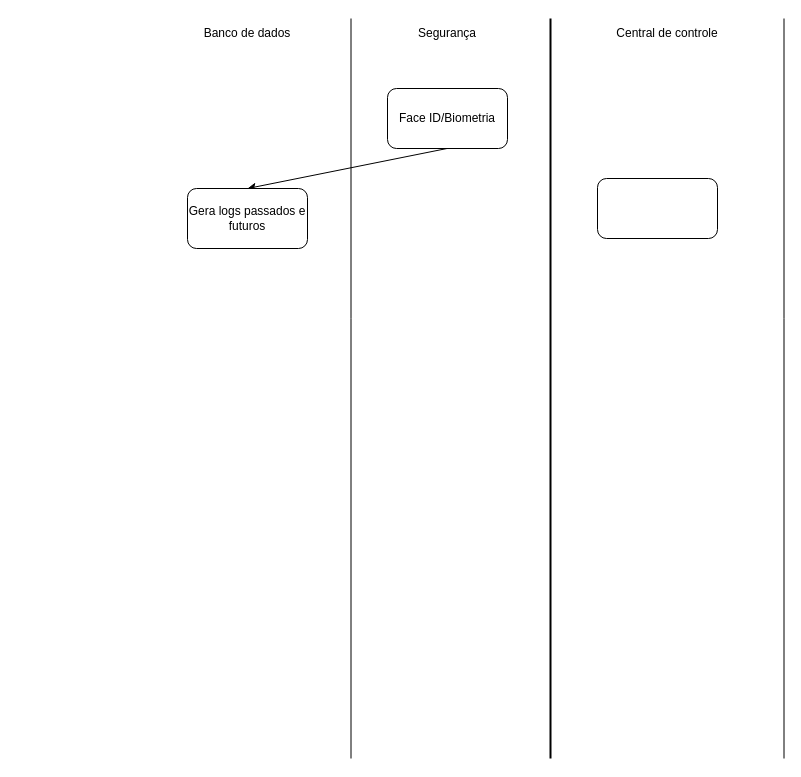
The draw.io diagram Diagrama sem nome.drawio in GrupoProjeto021/UML-Classroom-FCI, before the edit. Source tidied: cells renumbered, new cells numbered last; positions are measured from the earlier drawing's top-left corner, leaving out a move shared by most shapes. Both pictures are drawn from the tidied source at 100%, with x=0, y=0 at pixel (127, 18).
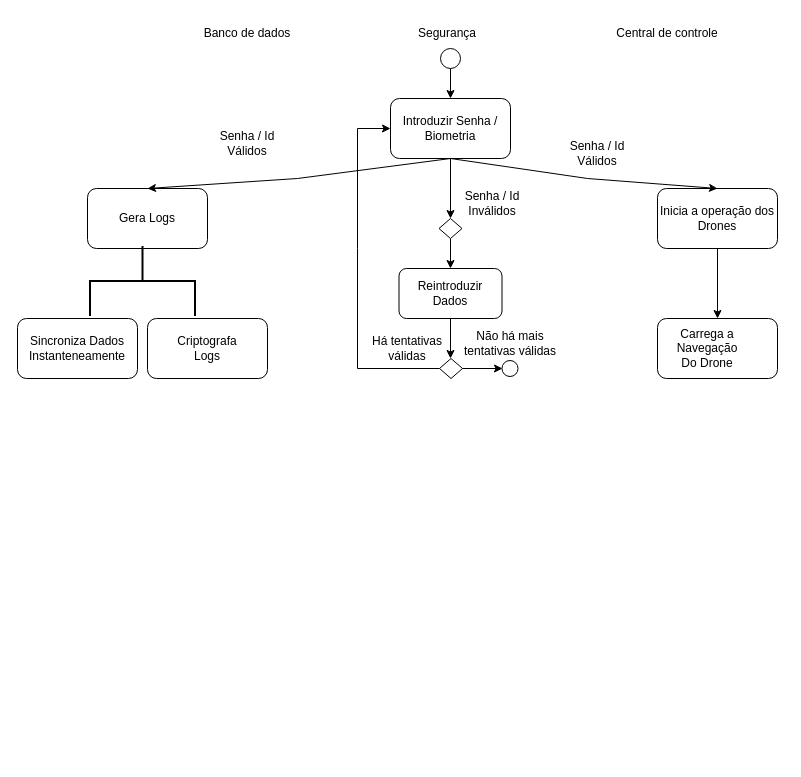
The same diagram, later.

What changed in the source:
```diff
@@
-    <mxCell id="2" style="shape=link;html=1;rounded=0;width=433;" parent="1" edge="1">
-      <mxGeometry relative="1" as="geometry">
-        <mxPoint x="440" y="740" as="sourcePoint" />
-        <mxPoint x="440" as="targetPoint" />
-        <Array as="points">
-          <mxPoint x="440" y="300" />
-        </Array>
-      </mxGeometry>
-    </mxCell>
-    <mxCell id="3" style="endArrow=none;html=1;rounded=0;strokeWidth=2;" parent="1" edge="1">
-      <mxGeometry relative="1" as="geometry">
-        <mxPoint x="423" y="740" as="sourcePoint" />
-        <mxPoint x="423" as="targetPoint" />
-      </mxGeometry>
-    </mxCell>
@@
-    <mxCell id="6" value="Face ID/Biometria" style="rounded=1;whiteSpace=wrap;html=1;" parent="1" vertex="1">
-      <mxGeometry x="260" y="70" width="120" height="60" as="geometry" />
+    <mxCell id="6" value="Introduzir Senha / Biometria" style="rounded=1;whiteSpace=wrap;html=1;" parent="1" vertex="1">
+      <mxGeometry x="263" y="80" width="120" height="60" as="geometry" />
     </mxCell>
-    <mxCell id="7" style="endArrow=classic;html=1;rounded=0;entryX=0.5;entryY=0;entryDx=0;entryDy=0;" parent="1" edge="1" target="9">
-      <mxGeometry relative="1" as="geometry">
-        <mxPoint x="319.5" y="130" as="sourcePoint" />
-      </mxGeometry>
-    </mxCell>
@@
-    <mxCell id="9" value="Gera logs passados e futuros" style="rounded=1;whiteSpace=wrap;html=1;" parent="1" vertex="1">
-      <mxGeometry x="60" y="170" width="120" height="60" as="geometry" />
-    </mxCell>
-    <mxCell id="10" style="rounded=1;whiteSpace=wrap;html=1;" parent="1" vertex="1">
-      <mxGeometry x="470" y="160" width="120" height="60" as="geometry" />
+    <mxCell id="10" value="Inicia a operação dos Drones" style="rounded=1;whiteSpace=wrap;html=1;" parent="1" vertex="1">
+      <mxGeometry x="530" y="170" width="120" height="60" as="geometry" />
     </mxCell>
+    <mxCell id="11" style="endArrow=classic;html=1;rounded=0;exitX=0.5;exitY=1;exitDx=0;exitDy=0;entryX=0.5;entryY=0;entryDx=0;entryDy=0;" parent="1" edge="1" source="10" target="12">
+      <mxGeometry relative="1" as="geometry" />
+    </mxCell>
+    <mxCell id="12" style="rounded=1;whiteSpace=wrap;html=1;" parent="1" vertex="1">
+      <mxGeometry x="530" y="300" width="120" height="60" as="geometry" />
+    </mxCell>
+    <mxCell id="13" value="Carrega a Navegação Do Drone" style="text;html=1;align=center;verticalAlign=middle;whiteSpace=wrap;rounded=0;" parent="1" vertex="1">
+      <mxGeometry x="550" y="315" width="60" height="30" as="geometry" />
+    </mxCell>
+    <mxCell id="14" style="rounded=1;whiteSpace=wrap;html=1;" parent="1" vertex="1">
+      <mxGeometry x="-40" y="170" width="120" height="60" as="geometry" />
+    </mxCell>
+    <mxCell id="15" value="Gera Logs" style="text;html=1;align=center;verticalAlign=middle;whiteSpace=wrap;rounded=0;" parent="1" vertex="1">
+      <mxGeometry x="-10" y="185" width="60" height="30" as="geometry" />
+    </mxCell>
+    <mxCell id="16" style="rounded=1;whiteSpace=wrap;html=1;" parent="1" vertex="1">
+      <mxGeometry x="20" y="300" width="120" height="60" as="geometry" />
+    </mxCell>
+    <mxCell id="17" value="Criptografa Logs" style="text;html=1;align=center;verticalAlign=middle;whiteSpace=wrap;rounded=0;" parent="1" vertex="1">
+      <mxGeometry x="50" y="315" width="60" height="30" as="geometry" />
+    </mxCell>
+    <mxCell id="18" style="rounded=1;whiteSpace=wrap;html=1;" parent="1" vertex="1">
+      <mxGeometry x="-110" y="300" width="120" height="60" as="geometry" />
+    </mxCell>
+    <mxCell id="19" style="ellipse;whiteSpace=wrap;html=1;" parent="1" vertex="1">
+      <mxGeometry x="313" y="30" width="20" height="20" as="geometry" />
+    </mxCell>
+    <mxCell id="20" style="endArrow=classic;html=1;rounded=0;exitX=0.5;exitY=1;exitDx=0;exitDy=0;entryX=0.5;entryY=0;entryDx=0;entryDy=0;" parent="1" edge="1" source="19" target="6">
+      <mxGeometry relative="1" as="geometry" />
+    </mxCell>
+    <mxCell id="21" style="endArrow=classic;html=1;rounded=0;entryX=0.5;entryY=0;entryDx=0;entryDy=0;exitX=0.5;exitY=1;exitDx=0;exitDy=0;" parent="1" edge="1" source="6" target="10">
+      <mxGeometry relative="1" as="geometry">
+        <Array as="points">
+          <mxPoint x="460" y="160" />
+        </Array>
+      </mxGeometry>
+    </mxCell>
+    <mxCell id="22" style="strokeWidth=2;html=1;shape=mxgraph.flowchart.annotation_2;align=left;labelPosition=right;rotation=90;" parent="1" vertex="1">
+      <mxGeometry x="-20" y="210" width="70" height="105" as="geometry" />
+    </mxCell>
+    <mxCell id="23" value="Sincroniza Dados Instanteneamente" style="text;html=1;align=center;verticalAlign=middle;whiteSpace=wrap;rounded=0;" parent="1" vertex="1">
+      <mxGeometry x="-80" y="315" width="60" height="30" as="geometry" />
+    </mxCell>
+    <mxCell id="24" style="endArrow=classic;html=1;rounded=0;exitX=0.5;exitY=1;exitDx=0;exitDy=0;entryX=0.5;entryY=0;entryDx=0;entryDy=0;" parent="1" edge="1" source="6" target="14">
+      <mxGeometry relative="1" as="geometry">
+        <Array as="points">
+          <mxPoint x="170" y="160" />
+        </Array>
+      </mxGeometry>
+    </mxCell>
+    <mxCell id="25" style="rhombus;whiteSpace=wrap;html=1;" parent="1" vertex="1">
+      <mxGeometry x="311.5" y="200" width="23" height="20" as="geometry" />
+    </mxCell>
+    <mxCell id="26" style="endArrow=classic;html=1;rounded=0;exitX=0.5;exitY=1;exitDx=0;exitDy=0;" parent="1" edge="1" source="25">
+      <mxGeometry relative="1" as="geometry">
+        <mxPoint x="323" y="250" as="targetPoint" />
+      </mxGeometry>
+    </mxCell>
+    <mxCell id="27" style="endArrow=classic;html=1;rounded=0;entryX=0.5;entryY=0;entryDx=0;entryDy=0;" parent="1" edge="1" target="25">
+      <mxGeometry relative="1" as="geometry">
+        <mxPoint x="323" y="140" as="sourcePoint" />
+      </mxGeometry>
+    </mxCell>
+    <mxCell id="28" value="Senha / Id Válidos" style="text;html=1;align=center;verticalAlign=middle;whiteSpace=wrap;rounded=0;" parent="1" vertex="1">
+      <mxGeometry x="440" y="120" width="60" height="30" as="geometry" />
+    </mxCell>
+    <mxCell id="29" value="Senha / Id Válidos" style="text;html=1;align=center;verticalAlign=middle;whiteSpace=wrap;rounded=0;" parent="1" vertex="1">
+      <mxGeometry x="90" y="110" width="60" height="30" as="geometry" />
+    </mxCell>
+    <mxCell id="30" value="Senha / Id&lt;br&gt;Inválidos" style="text;html=1;align=center;verticalAlign=middle;whiteSpace=wrap;rounded=0;" parent="1" vertex="1">
+      <mxGeometry x="334.5" y="170" width="60" height="30" as="geometry" />
+    </mxCell>
+    <mxCell id="31" style="rounded=1;whiteSpace=wrap;html=1;" parent="1" vertex="1">
+      <mxGeometry x="271.5" y="250" width="103" height="50" as="geometry" />
+    </mxCell>
+    <mxCell id="32" value="Reintroduzir&lt;div&gt;Dados&lt;/div&gt;" style="text;html=1;align=center;verticalAlign=middle;whiteSpace=wrap;rounded=0;" parent="1" vertex="1">
+      <mxGeometry x="293" y="260" width="60" height="30" as="geometry" />
+    </mxCell>
+    <mxCell id="33" style="endArrow=classic;html=1;rounded=0;exitX=0.5;exitY=1;exitDx=0;exitDy=0;" parent="1" edge="1" source="31">
+      <mxGeometry relative="1" as="geometry">
+        <mxPoint x="323" y="340" as="targetPoint" />
+      </mxGeometry>
+    </mxCell>
+    <mxCell id="34" style="rhombus;whiteSpace=wrap;html=1;" parent="1" vertex="1">
+      <mxGeometry x="312" y="340" width="23" height="20" as="geometry" />
+    </mxCell>
+    <mxCell id="35" style="endArrow=classic;html=1;rounded=0;" parent="1" edge="1">
+      <mxGeometry relative="1" as="geometry">
+        <mxPoint x="335" y="350" as="sourcePoint" />
+        <mxPoint x="375" y="350" as="targetPoint" />
+      </mxGeometry>
+    </mxCell>
+    <mxCell id="36" style="ellipse;whiteSpace=wrap;html=1;" parent="1" vertex="1">
+      <mxGeometry x="374.5" y="342" width="16" height="16" as="geometry" />
+    </mxCell>
+    <mxCell id="37" value="Não há mais tentativas válidas" style="text;html=1;align=center;verticalAlign=middle;whiteSpace=wrap;rounded=0;" parent="1" vertex="1">
+      <mxGeometry x="335" y="310" width="95.5" height="30" as="geometry" />
+    </mxCell>
+    <mxCell id="38" style="endArrow=classic;html=1;rounded=0;exitX=0;exitY=0.5;exitDx=0;exitDy=0;entryX=0;entryY=0.5;entryDx=0;entryDy=0;" parent="1" edge="1" source="34" target="6">
+      <mxGeometry relative="1" as="geometry">
+        <Array as="points">
+          <mxPoint x="230" y="350" />
+          <mxPoint x="230" y="230" />
+          <mxPoint x="230" y="110" />
+        </Array>
+      </mxGeometry>
+    </mxCell>
+    <mxCell id="39" value="Há tentativas válidas" style="text;html=1;align=center;verticalAlign=middle;whiteSpace=wrap;rounded=0;" parent="1" vertex="1">
+      <mxGeometry x="240" y="315" width="80" height="30" as="geometry" />
+    </mxCell>
```
